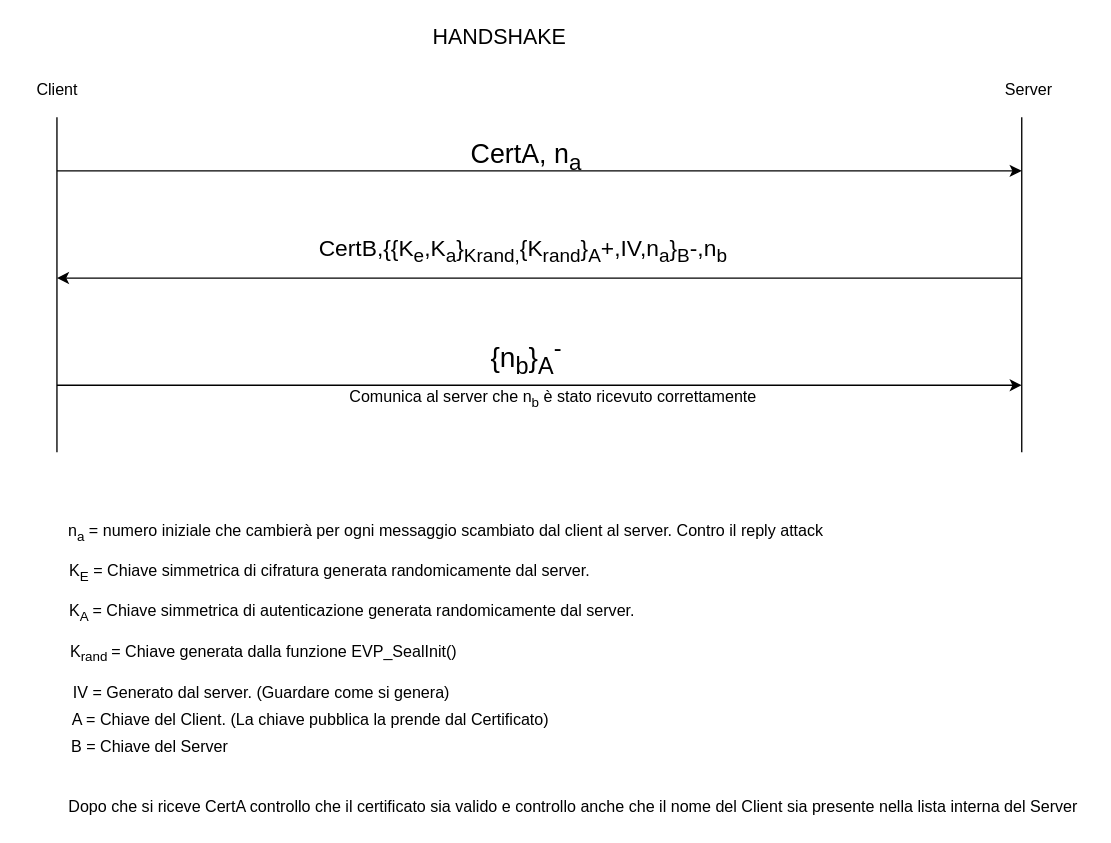
Before: schemes/Handshake.drawio in fontanellileonardo/Secure-File-Transfer, a draw.io diagram. Source tidied: cells renumbered, new cells numbered last; positions are measured from the earlier drawing's top-left corner, leaving out a move shared by most shapes. Both pictures are drawn from the tidied source at 134%, with x=0, y=0 at pixel (23, 23).
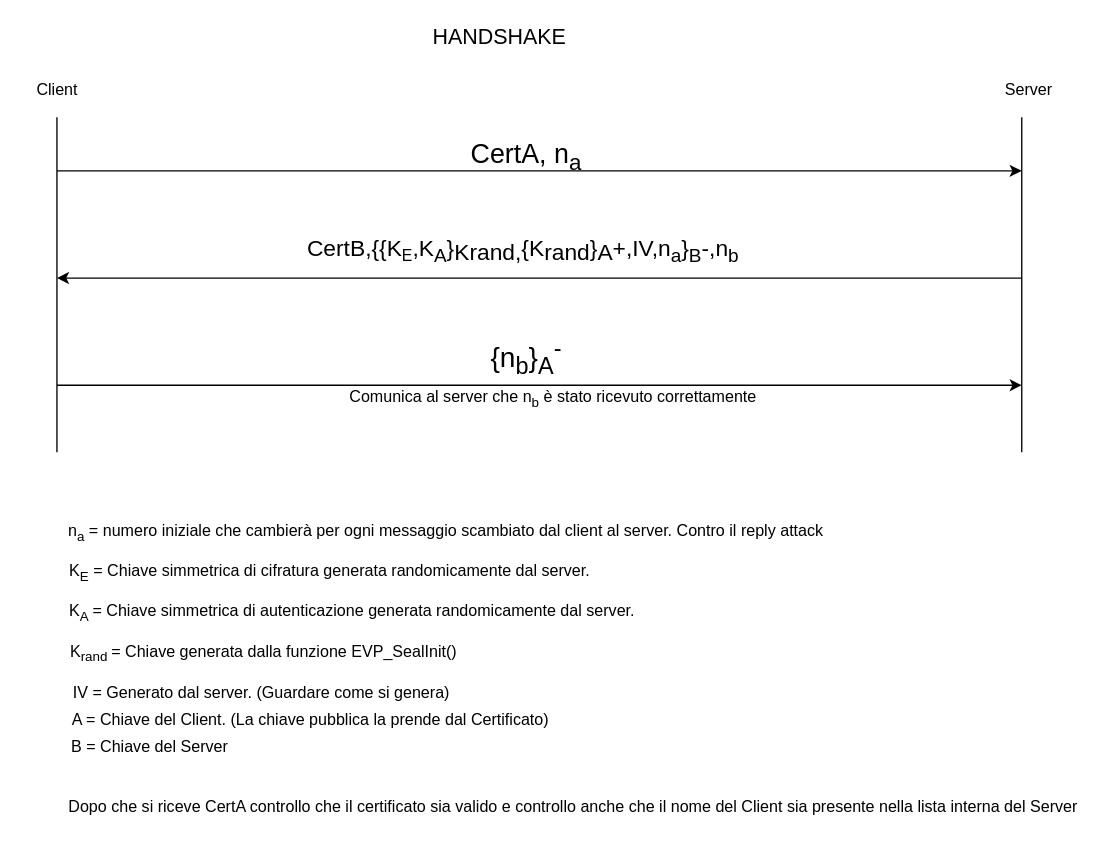
Above is the later version.

Commit message (it also covers changes not shown here):
Modificati schemi protocolli

What changed in the source:
```diff
@@
-    <mxCell id="9" value="&lt;font style=&quot;font-size: 17px&quot;&gt;CertB,{{K&lt;sub&gt;e&lt;/sub&gt;,K&lt;sub&gt;a&lt;/sub&gt;}&lt;sub&gt;Krand,&lt;/sub&gt;{K&lt;sub&gt;rand&lt;/sub&gt;}&lt;sub&gt;A&lt;/sub&gt;+,IV&lt;/font&gt;&lt;font style=&quot;font-size: 17px&quot;&gt;&lt;font style=&quot;font-size: 17px&quot;&gt;,n&lt;sub&gt;a&lt;/sub&gt;}&lt;sub&gt;B&lt;/sub&gt;-,n&lt;sub&gt;b&lt;/sub&gt;&amp;nbsp;&lt;/font&gt;&lt;br&gt;&lt;/font&gt;" style="text;html=1;align=center;verticalAlign=middle;" parent="1" vertex="1">
-      <mxGeometry x="210" y="160" width="330" height="20" as="geometry" />
+    <mxCell id="9" value="&lt;font style=&quot;font-size: 17px&quot;&gt;CertB,{{K&lt;/font&gt;&lt;font style=&quot;font-size: 14.1667px&quot;&gt;&lt;sub&gt;E&lt;/sub&gt;&lt;/font&gt;&lt;font&gt;&lt;span style=&quot;font-size: 17px&quot;&gt;,K&lt;sub&gt;A&lt;/sub&gt;&lt;/span&gt;&lt;span style=&quot;font-size: 17px&quot;&gt;}&lt;/span&gt;&lt;sub style=&quot;font-size: 17px&quot;&gt;Krand,&lt;/sub&gt;&lt;span style=&quot;font-size: 17px&quot;&gt;{K&lt;/span&gt;&lt;sub style=&quot;font-size: 17px&quot;&gt;rand&lt;/sub&gt;&lt;span style=&quot;font-size: 17px&quot;&gt;}&lt;/span&gt;&lt;sub style=&quot;font-size: 17px&quot;&gt;A&lt;/sub&gt;&lt;span style=&quot;font-size: 17px&quot;&gt;+,IV&lt;/span&gt;&lt;/font&gt;&lt;font style=&quot;font-size: 17px&quot;&gt;&lt;font style=&quot;font-size: 17px&quot;&gt;,n&lt;sub&gt;a&lt;/sub&gt;}&lt;sub&gt;B&lt;/sub&gt;-,n&lt;sub&gt;b&lt;/sub&gt;&amp;nbsp;&lt;/font&gt;&lt;br&gt;&lt;/font&gt;" style="text;html=1;align=center;verticalAlign=middle;" parent="1" vertex="1">
+      <mxGeometry x="205" y="155" width="340" height="30" as="geometry" />
     </mxCell>
```
